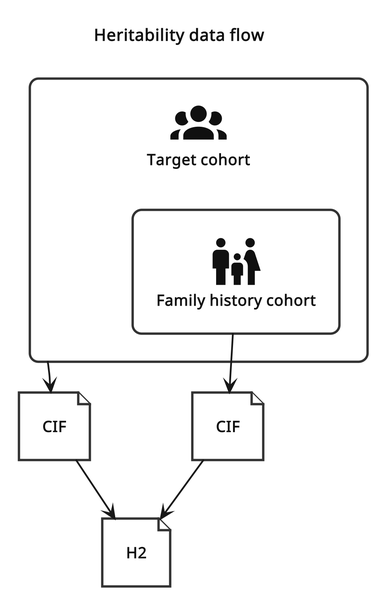
The PlantUML diagram guides/diagrams/h2-data-flow.png in BioPsyk/epimight, before a commit.
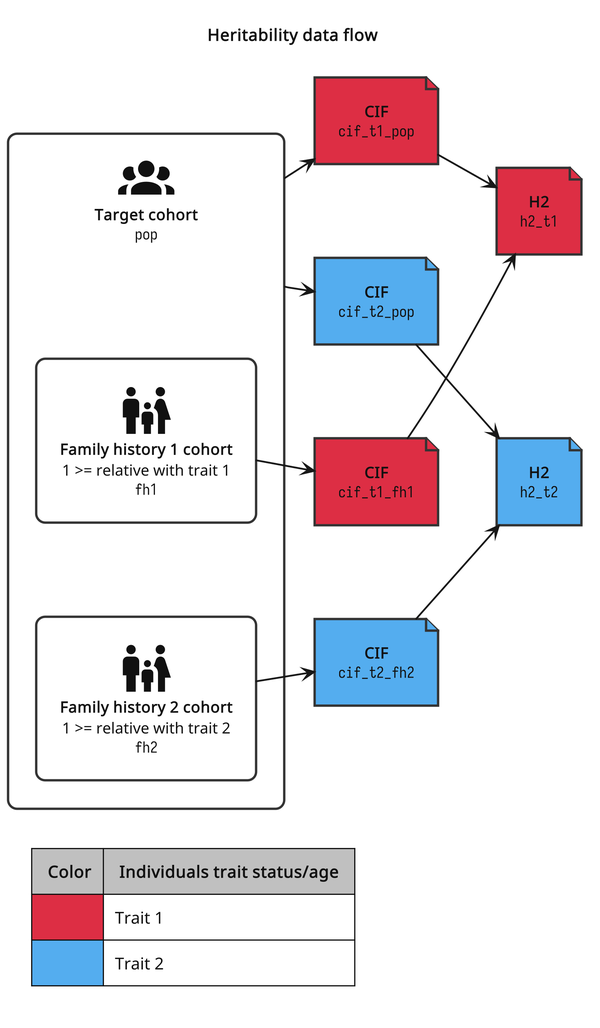
The same diagram one commit later.

Commit message:
Adds better phrasing and diagrams

Change to the diagram source:
```diff
@@ -2,6 +2,7 @@
 !include <material7.4.47/AccountUser/AccountGroup>
 !include <material7.4.47/PeopleFamily/HumanMaleFemaleChild>
 !include ../diagrams/ibp.puml
+left to right direction
 
 skinparam nodesep 80
 skinparam ranksep 50
@@ -34,17 +35,34 @@
 
 title "**Heritability data flow**"
 
-rectangle "<$mdiAccountGroup{scale=1}>\n**Target cohort**" as pop {
-  rectangle "<$mdiHumanMaleFemaleChild{scale=1}>\n**Family history cohort**" as fh
+legend left
+  <#silver>|= Color|= Individuals trait status/age |
+  |<#dd2e44>|Trait 1|
+  |<#54adef>|Trait 2|
+endlegend
+
+rectangle "<$mdiAccountGroup{scale=1}>\n**Target cohort**\n""pop""" as pop {
+  rectangle "<$mdiHumanMaleFemaleChild{scale=1}>\n**Family history 1 cohort**\n1 >= relative with trait 1\n""fh1""" as fh1
+  rectangle "<$mdiHumanMaleFemaleChild{scale=1}>\n**Family history 2 cohort**\n1 >= relative with trait 2\n""fh2""" as fh2
 }
 
-file "**CIF**" as cif_pop
-file "**CIF**" as cif_fh
-file "**H2**" as h2
+file "**CIF**\n""cif_t1_pop""" as cif_t1_pop #dd2e44
+file "**CIF**\n""cif_t1_fh1""" as cif_t1_fh1 #dd2e44
+file "**H2**\n""h2_t1""" as h2_t1 #dd2e44
 
-pop --> cif_pop
-fh --> cif_fh
+file "**CIF**\n""cif_t2_pop""" as cif_t2_pop #54adef
+file "**CIF**\n""cif_t2_fh2""" as cif_t2_fh2 #54adef
+file "**H2**\n""h2_t2""" as h2_t2 #54adef
 
-cif_pop --> h2
-cif_fh --> h2
+pop --> cif_t1_pop
+fh1 --> cif_t1_fh1
+
+cif_t1_pop --> h2_t1
+cif_t1_fh1 --> h2_t1
+
+pop --> cif_t2_pop
+fh2 --> cif_t2_fh2
+
+cif_t2_pop --> h2_t2
+cif_t2_fh2 --> h2_t2
 @enduml
```
